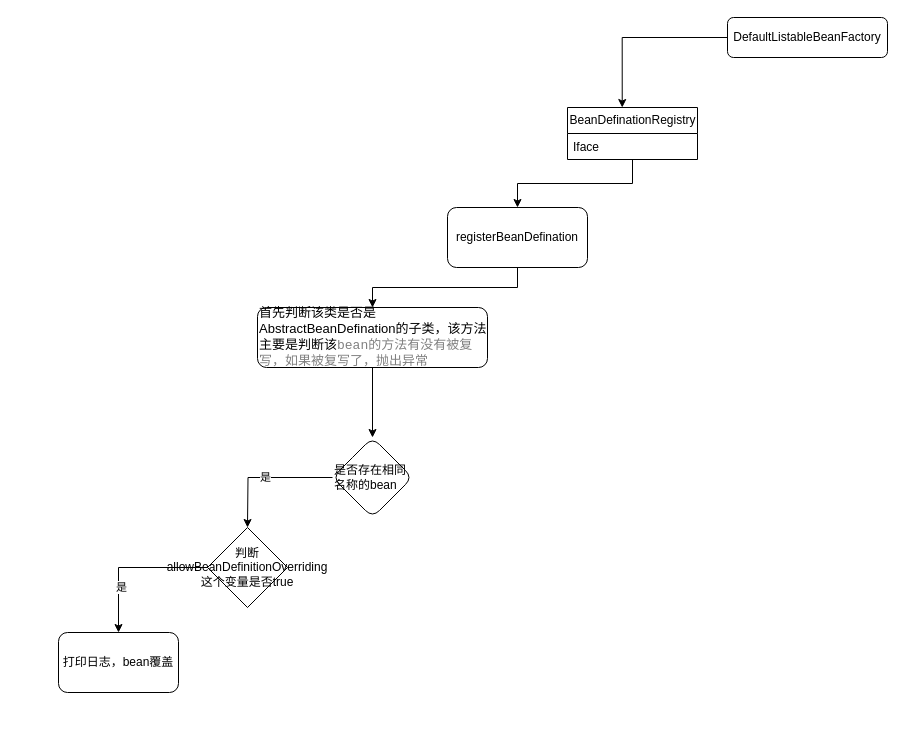
This is 未命名绘图.drawio from fjw666-py/spring_framework_draw_io, a draw.io file, before an edit. Source tidied: cells renumbered, new cells numbered last; positions are measured from the earlier drawing's top-left corner, leaving out a move shared by most shapes. Both pictures are drawn from the tidied source at 100%, with x=0, y=0 at pixel (58, 17).
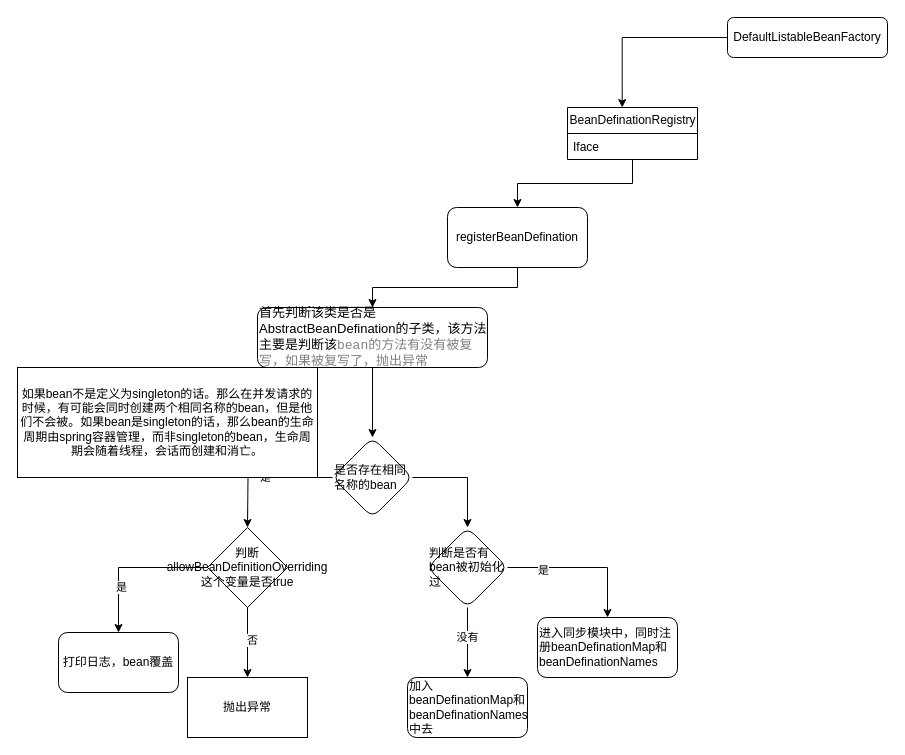
The same page after the edit.

Commit message:
更新未命名绘图.drawio

Unchanged cells that the change refers to:
```xml
<mxCell id="12" value="是否存在相同名称的bean" style="rhombus;whiteSpace=wrap;html=1;align=left;fillColor=none;rounded=1;fontStyle=0;startSize=26;" parent="1" vertex="1">
  <mxGeometry x="274" y="420" width="80" height="80" as="geometry" />
</mxCell>
<mxCell id="15" value="判断allowBeanDefinitionOverriding这个变量是否true" style="rhombus;whiteSpace=wrap;html=1;" parent="1" vertex="1">
  <mxGeometry x="149" y="510" width="80" height="80" as="geometry" />
</mxCell>
```

Diff of the diagram source:
```diff
@@
+    <mxCell id="17" style="edgeStyle=orthogonalEdgeStyle;rounded=0;jettySize=auto;html=1;" parent="1" edge="1" source="12" target="25">
+      <mxGeometry relative="1" as="geometry" />
+    </mxCell>
@@
+    <mxCell id="18" style="edgeStyle=orthogonalEdgeStyle;rounded=0;jettySize=auto;html=1;" parent="1" edge="1" source="15" target="20">
+      <mxGeometry relative="1" as="geometry" />
+    </mxCell>
+    <mxCell id="19" value="否" style="edgeLabel;html=1;align=center;verticalAlign=middle;" parent="18" vertex="1">
+      <mxGeometry x="-0.1" y="4" relative="1" as="geometry" />
+    </mxCell>
@@
+    <mxCell id="20" value="抛出异常" style="whiteSpace=wrap;html=1;" parent="1" vertex="1">
+      <mxGeometry x="129" y="660" width="120" height="60" as="geometry" />
+    </mxCell>
+    <mxCell id="21" style="edgeStyle=orthogonalEdgeStyle;rounded=0;jettySize=auto;html=1;" parent="1" edge="1" source="25" target="26">
+      <mxGeometry relative="1" as="geometry" />
+    </mxCell>
+    <mxCell id="22" value="没有" style="edgeLabel;html=1;align=center;verticalAlign=middle;" parent="21" vertex="1">
+      <mxGeometry x="-0.16" y="-1" relative="1" as="geometry" />
+    </mxCell>
+    <mxCell id="23" style="edgeStyle=orthogonalEdgeStyle;rounded=0;jettySize=auto;html=1;" parent="1" edge="1" source="25" target="27">
+      <mxGeometry relative="1" as="geometry" />
+    </mxCell>
+    <mxCell id="24" value="是" style="edgeLabel;html=1;align=center;verticalAlign=middle;" parent="23" vertex="1">
+      <mxGeometry x="-0.53" y="-2" relative="1" as="geometry" />
+    </mxCell>
+    <mxCell id="25" value="判断是否有bean被初始化过" style="rhombus;whiteSpace=wrap;html=1;align=left;fillColor=none;rounded=1;fontStyle=0;startSize=26;" parent="1" vertex="1">
+      <mxGeometry x="369" y="510" width="80" height="80" as="geometry" />
+    </mxCell>
+    <mxCell id="26" value="加入beanDefinationMap和beanDefinationNames中去" style="whiteSpace=wrap;html=1;align=left;fillColor=none;rounded=1;fontStyle=0;startSize=26;" parent="1" vertex="1">
+      <mxGeometry x="349" y="660" width="120" height="60" as="geometry" />
+    </mxCell>
+    <mxCell id="27" value="进入同步模块中，同时注册beanDefinationMap和beanDefinationNames" style="whiteSpace=wrap;html=1;align=left;fillColor=none;rounded=1;fontStyle=0;startSize=26;" parent="1" vertex="1">
+      <mxGeometry x="479" y="600" width="140" height="60" as="geometry" />
+    </mxCell>
+    <mxCell id="28" value="如果bean不是定义为singleton的话。那么在并发请求的时候，有可能会同时创建两个相同名称的bean，但是他们不会被。如果bean是singleton的话，那么bean的生命周期由spring容器管理，而非singleton的bean，生命周期会随着线程，会话而创建和消亡。" style="rounded=0;whiteSpace=wrap;html=1;" parent="1" vertex="1">
+      <mxGeometry x="-41" y="350" width="300" height="110" as="geometry" />
+    </mxCell>
```
